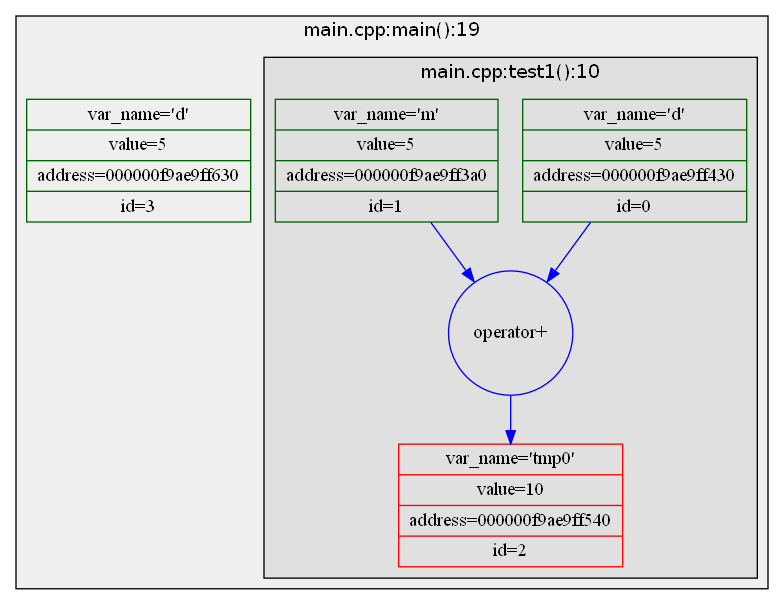
This is 7My_Int2.dot.png from deGekata/IntSpector, a Graphviz export, as it was before one commit. Its source is kept beside it as 7My_Int2.dot. Source of this version:
```dot
digraph G {
node [shape=record];
fontname="Roboto Mono"
subgraph cluster1 {
color=black
style=filled
fillcolor="#00000010"
label="main.cpp:main():19"
subgraph cluster2 {
color=black
style=filled
fillcolor="#00000010"
label="main.cpp:test1():10"
d_0_0 [color=darkgreen, label="{var_name='d'|value=5|address=000000f9ae9ff430|id=0}"]
m_1_0 [color=darkgreen, label="{var_name='m'|value=5|address=000000f9ae9ff3a0|id=1}"]
tmp0_2_0 [color=red, label="{var_name='tmp0'|value=10|address=000000f9ae9ff540|id=2}"]
op1 [color=blue, shape=circle, label="operator+"]
d_0_0 -> op1 [color=blue, label="", fontcolor=""]
m_1_0 -> op1 [color=blue, label="", fontcolor=""]
op1 -> tmp0_2_0 [color=blue, label="", fontcolor=""]
subgraph cluster3 {
color=black
style=filled
fillcolor="#00000010"
label="main.cpp:test0():5"
}
}
d_3_0 [color=darkgreen, label="{var_name='d'|value=5|address=000000f9ae9ff630|id=3}"]
}
}
```
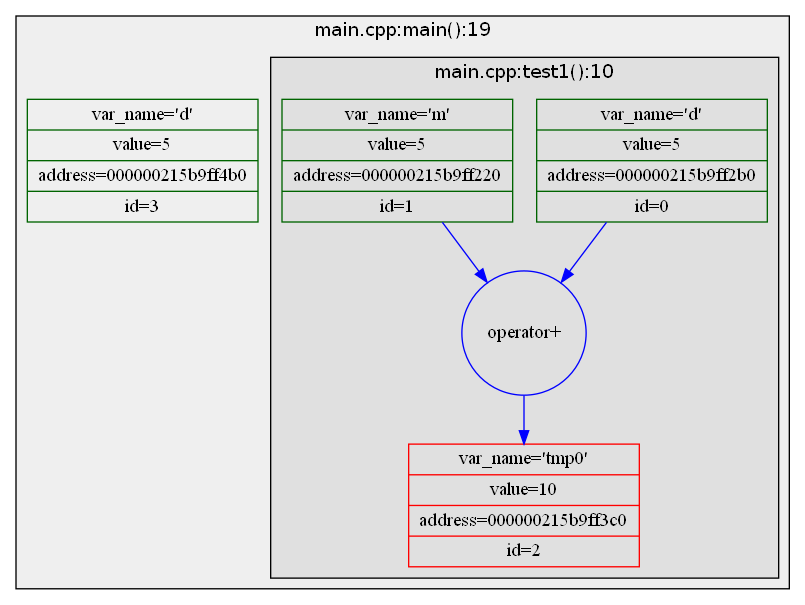
The same file after the commit.

What changed in the source:
```diff
@@ -11,13 +11,10 @@
 style=filled
 fillcolor="#00000010"
 label="main.cpp:test1():10"
-d_0_0 [color=darkgreen, label="{var_name='d'|value=5|address=000000f9ae9ff430|id=0}"]
-m_1_0 [color=darkgreen, label="{var_name='m'|value=5|address=000000f9ae9ff3a0|id=1}"]
-tmp0_2_0 [color=red, label="{var_name='tmp0'|value=10|address=000000f9ae9ff540|id=2}"]
+d_0_0 [color=darkgreen, label="{var_name='d'|value=5|address=000000215b9ff2b0|id=0}"]
+m_1_0 [color=darkgreen, label="{var_name='m'|value=5|address=000000215b9ff220|id=1}"]
+tmp0_2_0 [color=red, label="{var_name='tmp0'|value=10|address=000000215b9ff3c0|id=2}"]
 op1 [color=blue, shape=circle, label="operator+"]
-d_0_0 -> op1 [color=blue, label="", fontcolor=""]
-m_1_0 -> op1 [color=blue, label="", fontcolor=""]
-op1 -> tmp0_2_0 [color=blue, label="", fontcolor=""]
 subgraph cluster3 {
 color=black
 style=filled
@@ -25,6 +22,9 @@
 label="main.cpp:test0():5"
 }
 }
-d_3_0 [color=darkgreen, label="{var_name='d'|value=5|address=000000f9ae9ff630|id=3}"]
+d_3_0 [color=darkgreen, label="{var_name='d'|value=5|address=000000215b9ff4b0|id=3}"]
 }
+d_0_0 -> op1 [color=blue, label="", fontcolor=""]
+m_1_0 -> op1 [color=blue, label="", fontcolor=""]
+op1 -> tmp0_2_0 [color=blue, label="", fontcolor=""]
 }
```
